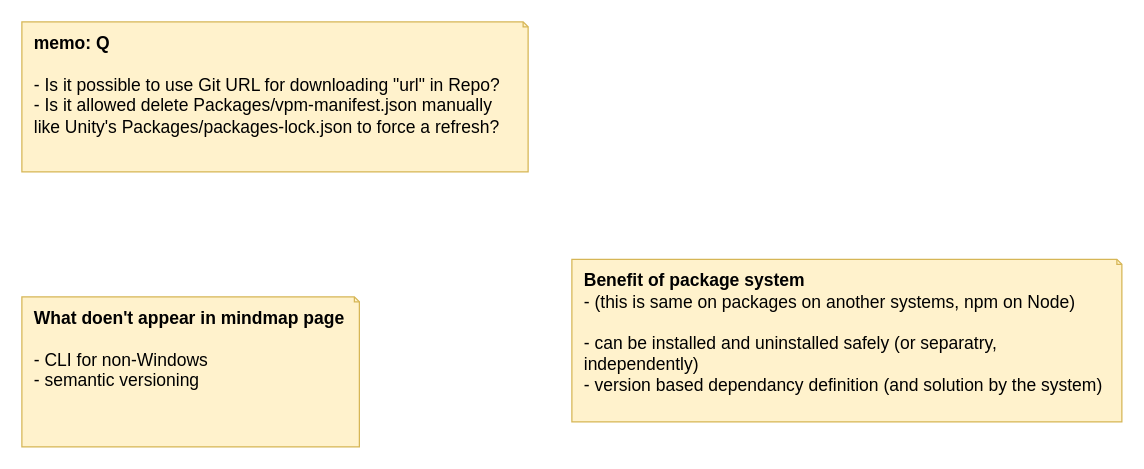
The draw.io diagram page "note" (6 of 6) of docs/topics/vcc/vcc-map.drawio in naqtn/vrchat-naqtn-misc, before the edit. Source tidied: cells renumbered, new cells numbered last; positions are measured from the earlier drawing's top-left corner, leaving out a move shared by most shapes. Both pictures are drawn from the tidied source at 125%, with x=0, y=0 at pixel (21, 21).
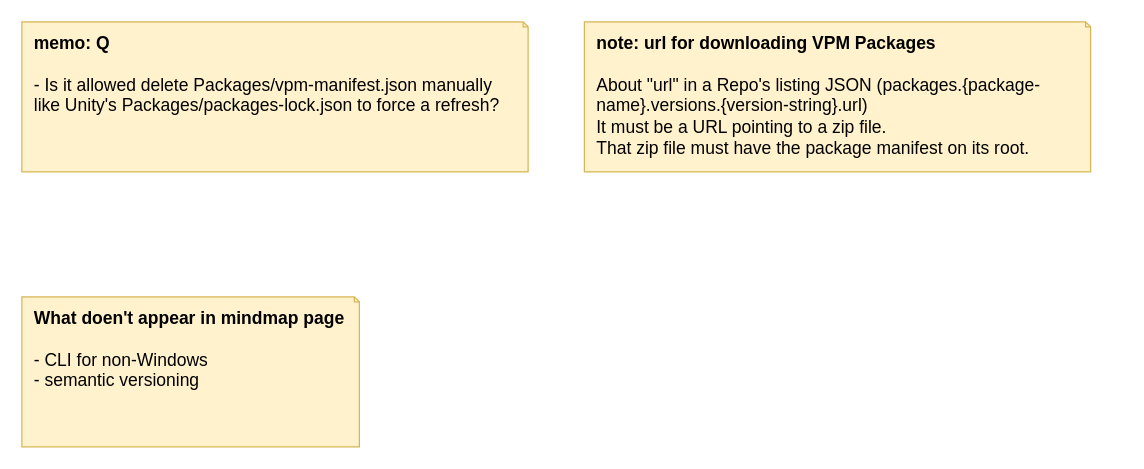
After the change.

The edit, as a diff of the source:
```diff
@@
 <mxGraphModel>
   <root>
     <mxCell id="0" />
     <mxCell id="1" parent="0" />
-    <mxCell id="2" value="&lt;b&gt;memo: Q&lt;br&gt;&lt;/b&gt;&lt;br&gt;- Is it possible to use Git URL for downloading &quot;url&quot; in Repo?&lt;br&gt;- Is it allowed delete&amp;nbsp;Packages/vpm-manifest.json manually like Unity's&amp;nbsp;Packages/packages-lock.json to force a refresh?" style="shape=note2;boundedLbl=1;whiteSpace=wrap;html=1;size=4;verticalAlign=top;align=left;fillColor=#fff2cc;strokeColor=#d6b656;spacing=0;spacingLeft=10;fontSize=14;spacingRight=10;" parent="1" vertex="1">
+    <mxCell id="2" value="&lt;b&gt;memo: Q&lt;br&gt;&lt;/b&gt;&lt;br&gt;- Is it allowed delete&amp;nbsp;Packages/vpm-manifest.json manually like Unity's&amp;nbsp;Packages/packages-lock.json to force a refresh?" style="shape=note2;boundedLbl=1;whiteSpace=wrap;html=1;size=4;verticalAlign=top;align=left;fillColor=#fff2cc;strokeColor=#d6b656;spacing=0;spacingLeft=10;fontSize=14;spacingRight=10;" parent="1" vertex="1">
       <mxGeometry width="405" height="120" as="geometry" />
     </mxCell>
     <mxCell id="3" value="&lt;b&gt;What doen't appear in mindmap page&lt;/b&gt;&lt;br&gt;&lt;br&gt;- CLI for non-Windows&lt;br&gt;-&amp;nbsp;semantic versioning" style="shape=note2;boundedLbl=1;whiteSpace=wrap;html=1;size=4;verticalAlign=top;align=left;fillColor=#fff2cc;strokeColor=#d6b656;spacing=0;spacingLeft=10;fontSize=14;spacingRight=10;" parent="1" vertex="1">
       <mxGeometry y="220" width="270" height="120" as="geometry" />
     </mxCell>
-    <mxCell id="4" value="&lt;b&gt;Benefit of package system&lt;/b&gt;&lt;br&gt;- (this is same on packages on another systems, npm on Node)&lt;br&gt;&lt;br&gt;- can be installed and uninstalled safely (or separatry, independently)&lt;br&gt;- version based dependancy definition (and solution by the system)" style="shape=note2;boundedLbl=1;whiteSpace=wrap;html=1;size=4;verticalAlign=top;align=left;fillColor=#fff2cc;strokeColor=#d6b656;spacing=0;spacingLeft=10;fontSize=14;spacingRight=10;" parent="1" vertex="1">
-      <mxGeometry x="440" y="190" width="440" height="130" as="geometry" />
-    </mxCell>
+    <mxCell id="5" value="&lt;b&gt;note: url for downloading VPM Packages&lt;br&gt;&lt;/b&gt;&lt;br&gt;&lt;div&gt;About &quot;url&quot; in a Repo's listing JSON (packages.{package-name}.versions.{version-string}.url)&lt;/div&gt;&lt;div&gt;It must be a URL pointing to a zip file.&lt;/div&gt;&lt;div&gt;That zip file must have the package manifest on its root.&lt;/div&gt;" style="shape=note2;boundedLbl=1;whiteSpace=wrap;html=1;size=4;verticalAlign=top;align=left;fillColor=#fff2cc;strokeColor=#d6b656;spacing=0;spacingLeft=10;fontSize=14;spacingRight=10;" parent="1" vertex="1">
+      <mxGeometry x="450" width="405" height="120" as="geometry" />
+    </mxCell>
   </root>
 </mxGraphModel>
```
